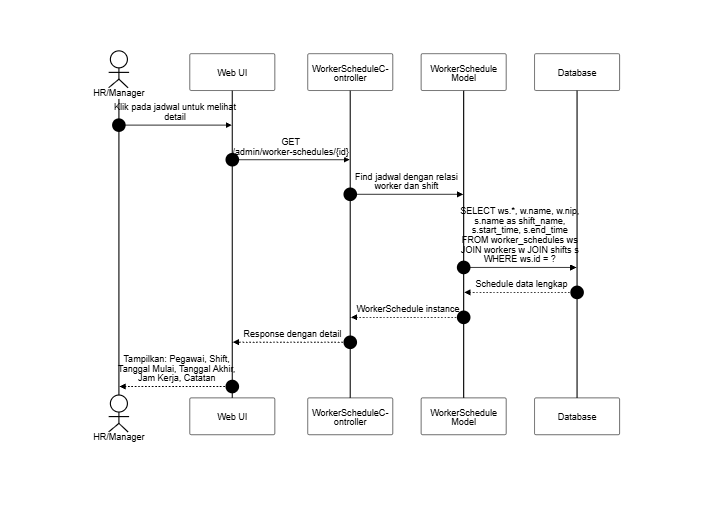
SulaimanHafi23/SimpegRSHDI keeps this Mermaid diagram as docs/SequenceDiagram/PNG_Transparent/KelolaJadwalPegawai-Lihat.png. Above is the earlier version. Its source is kept beside it as docs/SequenceDiagram/KelolaJadwalPegawai-Lihat.mermaid. The source it was exported from:
```mermaid
---
id: KelolaJadwalPegawai-LihatJadwal
title: Kelola Jadwal Pegawai - Lihat Detail Jadwal
---
%%{init: {"theme": "base", "themeVariables": {"background": "#dddddd", "primaryColor": "#ffffff", "primaryBorderColor": "#000000", "primaryTextColor": "#000000", "lineColor": "#000000", "textColor": "#000000", "actorBkg": "#ffffff", "actorBorder": "#000000", "actorTextColor": "#000000", "activationBkgColor": "#ffffff", "activationBorderColor": "#000000", "signalColor": "#000000", "signalTextColor": "#000000", "labelBoxBkgColor": "#ffffff", "labelBoxBorderColor": "#000000", "labelTextColor": "#000000", "sequenceNumberColor": "#000000", "noteBkgColor": "#ffffff", "noteBorderColor": "#000000", "noteTextColor": "#000000"}, "sequence": {"useMaxWidth": true, "wrap": true, "messageFontSize": 12, "noteFontSize": 12}}}%%
sequenceDiagram
    autonumber
    actor HR as HR/Manager
    participant UI as Web UI
    participant C as WorkerScheduleController
    participant WS as WorkerSchedule Model
    participant DB as Database

    HR->>UI: Klik pada jadwal untuk melihat detail
    UI->>C: GET /admin/worker-schedules/{id}
    C->>WS: Find jadwal dengan relasi worker dan shift
    WS->>DB: SELECT ws.*, w.name, w.nip, s.name as shift_name, s.start_time, s.end_time FROM worker_schedules ws JOIN workers w JOIN shifts s WHERE ws.id = ?
    DB-->>WS: Schedule data lengkap
    WS-->>C: WorkerSchedule instance
    C-->>UI: Response dengan detail
    UI-->>HR: Tampilkan: Pegawai, Shift, Tanggal Mulai, Tanggal Akhir, Jam Kerja, Catatan
```
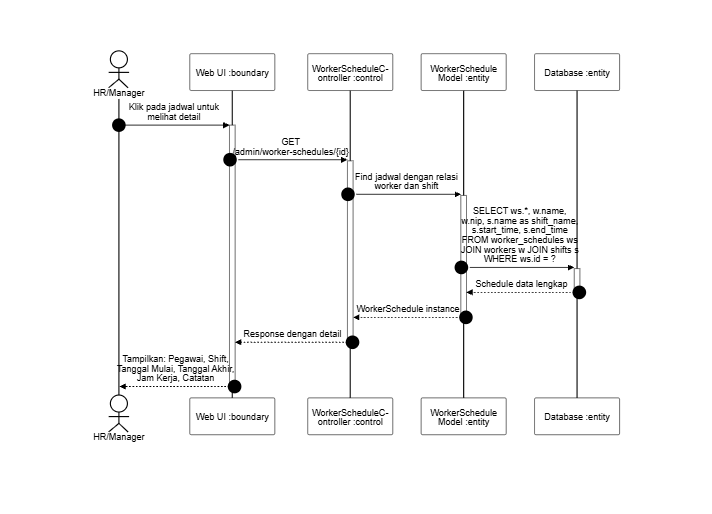
After the commit.

Diff of the diagram source:
```diff
@@ -6,16 +6,16 @@
 sequenceDiagram
     autonumber
     actor HR as HR/Manager
-    participant UI as Web UI
-    participant C as WorkerScheduleController
-    participant WS as WorkerSchedule Model
-    participant DB as Database
+    participant UI as Web UI :boundary
+    participant C as WorkerScheduleController :control
+    participant WS as WorkerSchedule Model :entity
+    participant DB as Database :entity
 
-    HR->>UI: Klik pada jadwal untuk melihat detail
-    UI->>C: GET /admin/worker-schedules/{id}
-    C->>WS: Find jadwal dengan relasi worker dan shift
-    WS->>DB: SELECT ws.*, w.name, w.nip, s.name as shift_name, s.start_time, s.end_time FROM worker_schedules ws JOIN workers w JOIN shifts s WHERE ws.id = ?
-    DB-->>WS: Schedule data lengkap
-    WS-->>C: WorkerSchedule instance
-    C-->>UI: Response dengan detail
-    UI-->>HR: Tampilkan: Pegawai, Shift, Tanggal Mulai, Tanggal Akhir, Jam Kerja, Catatan
+    HR->>+UI: Klik pada jadwal untuk melihat detail
+    UI->>+C: GET /admin/worker-schedules/{id}
+    C->>+WS: Find jadwal dengan relasi worker dan shift
+    WS->>+DB: SELECT ws.*, w.name, w.nip, s.name as shift_name, s.start_time, s.end_time FROM worker_schedules ws JOIN workers w JOIN shifts s WHERE ws.id = ?
+    DB-->>-WS: Schedule data lengkap
+    WS-->>-C: WorkerSchedule instance
+    C-->>-UI: Response dengan detail
+    UI-->>-HR: Tampilkan: Pegawai, Shift, Tanggal Mulai, Tanggal Akhir, Jam Kerja, Catatan
```
